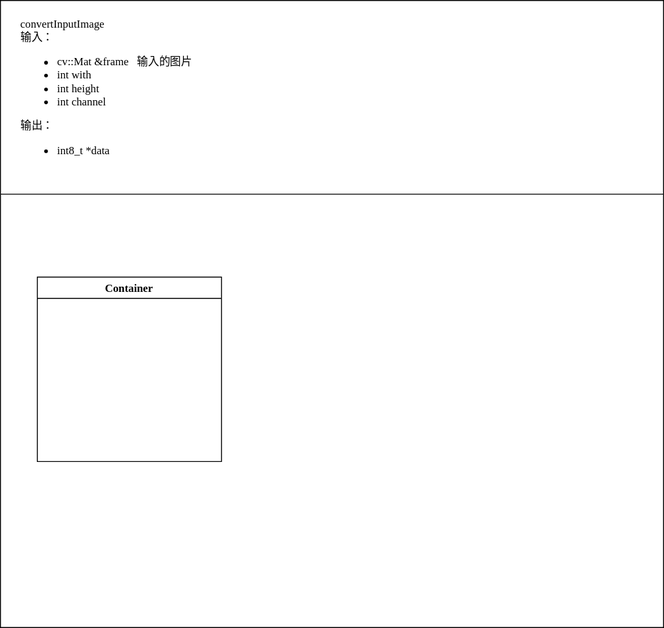
The draw.io diagram convertInputImage.svg in jerly-hjzhou/flowchart, before a commit. Source tidied: cells renumbered, new cells last; positions are measured from the earlier drawing's top-left corner, leaving out a move shared by most shapes.
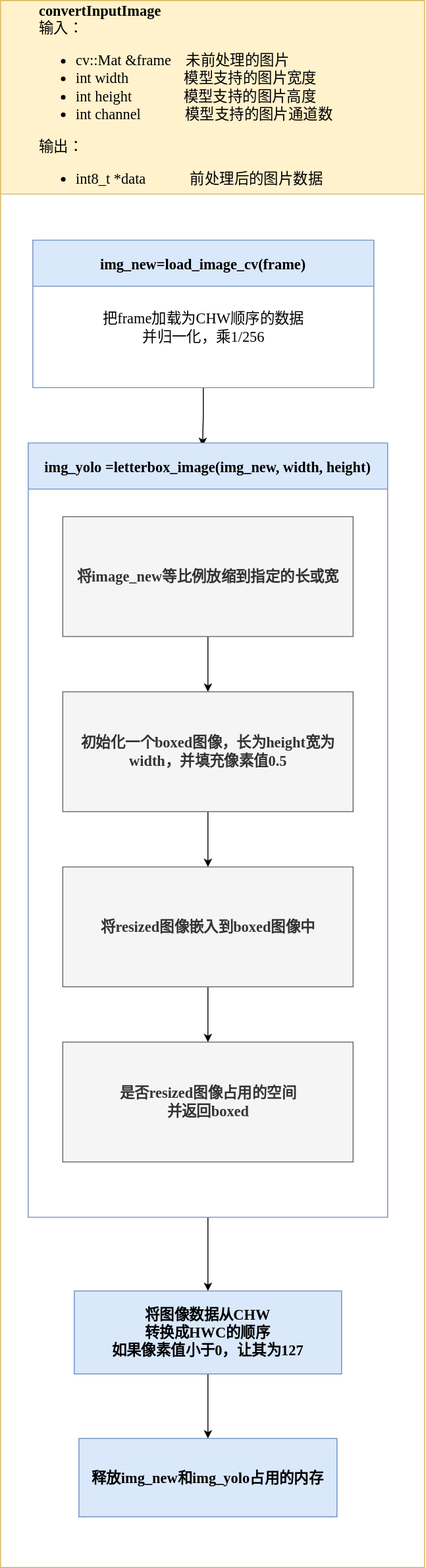
Above is the later version.

What changed in the source:
```diff
@@ -2,14 +2,56 @@
   <root>
     <mxCell id="0" />
     <mxCell id="1" parent="0" />
-    <mxCell id="2" style="swimlane;startSize=210;fontFamily=Times New Roman;align=left;verticalAlign=top;" parent="1" vertex="1">
-      <mxGeometry width="720" height="680" as="geometry" />
+    <mxCell id="2" style="swimlane;startSize=210;fontFamily=Times New Roman;align=left;verticalAlign=top;labelBackgroundColor=#66FF66;fillColor=#fff2cc;strokeColor=#d6b656;" parent="1" vertex="1">
+      <mxGeometry width="460" height="1700" as="geometry" />
     </mxCell>
+    <mxCell id="5" style="edgeStyle=orthogonalEdgeStyle;rounded=0;jettySize=auto;html=1;entryX=0.485;entryY=0.004;entryDx=0;entryDy=0;entryPerimeter=0;" parent="2" edge="1" source="3" target="8">
+      <mxGeometry relative="1" as="geometry" />
+    </mxCell>
-    <mxCell id="3" value="Container" style="swimlane;fontFamily=Times New Roman;" parent="2" vertex="1">
-      <mxGeometry x="40" y="300" width="200" height="200" as="geometry" />
+    <mxCell id="3" value="img_new=load_image_cv(frame)" style="swimlane;fontFamily=Times New Roman;fontSize=16;startSize=50;fillColor=#dae8fc;strokeColor=#6c8ebf;" parent="2" vertex="1">
+      <mxGeometry x="35" y="260" width="370" height="160" as="geometry" />
     </mxCell>
+    <mxCell id="6" value="&lt;font face=&quot;Times New Roman&quot; style=&quot;font-size: 16px;&quot;&gt;把frame加载为CHW顺序的数据&lt;br&gt;并归一化，乘1/256&lt;/font&gt;" style="text;html=1;align=center;verticalAlign=middle;strokeColor=none;fillColor=none;" parent="3" vertex="1">
+      <mxGeometry x="65" y="70" width="240" height="50" as="geometry" />
+    </mxCell>
-    <mxCell id="4" value="&lt;div style=&quot;&quot;&gt;&lt;font face=&quot;Times New Roman&quot;&gt;convertInputImage&lt;/font&gt;&lt;/div&gt;&lt;div style=&quot;&quot;&gt;&lt;font face=&quot;Times New Roman&quot;&gt;输入：&lt;/font&gt;&lt;/div&gt;&lt;div style=&quot;&quot;&gt;&lt;ul&gt;&lt;li&gt;&lt;font face=&quot;Times New Roman&quot;&gt;cv::Mat &amp;amp;frame&amp;nbsp; &amp;nbsp;输入的图片&lt;/font&gt;&lt;/li&gt;&lt;li&gt;&lt;font face=&quot;Times New Roman&quot;&gt;int with&lt;/font&gt;&lt;/li&gt;&lt;li&gt;&lt;font face=&quot;Times New Roman&quot;&gt;int height&lt;/font&gt;&lt;/li&gt;&lt;li&gt;&lt;font face=&quot;Times New Roman&quot;&gt;int channel&lt;/font&gt;&lt;/li&gt;&lt;/ul&gt;&lt;div&gt;&lt;font face=&quot;Times New Roman&quot;&gt;输出：&lt;/font&gt;&lt;/div&gt;&lt;div&gt;&lt;ul&gt;&lt;li&gt;&lt;font face=&quot;Times New Roman&quot;&gt;int8_t *data&lt;/font&gt;&lt;/li&gt;&lt;/ul&gt;&lt;/div&gt;&lt;/div&gt;" style="text;html=1;strokeColor=none;fillColor=none;align=left;verticalAlign=middle;whiteSpace=wrap;rounded=0;" parent="2" vertex="1">
-      <mxGeometry x="20" y="10" width="620" height="180" as="geometry" />
+    <mxCell id="4" value="&lt;div style=&quot;font-size: 16px;&quot;&gt;&lt;font style=&quot;font-size: 16px;&quot; face=&quot;Times New Roman&quot;&gt;&lt;b&gt;convertInputImage&lt;/b&gt;&lt;/font&gt;&lt;/div&gt;&lt;div style=&quot;font-size: 16px;&quot;&gt;&lt;font style=&quot;font-size: 16px;&quot; face=&quot;Times New Roman&quot;&gt;输入：&lt;/font&gt;&lt;/div&gt;&lt;div style=&quot;font-size: 16px;&quot;&gt;&lt;ul style=&quot;&quot;&gt;&lt;li&gt;&lt;font style=&quot;font-size: 16px;&quot; face=&quot;Times New Roman&quot;&gt;cv::Mat &amp;amp;frame&amp;nbsp; &amp;nbsp; 未前处理的图片&lt;/font&gt;&lt;/li&gt;&lt;li&gt;&lt;font style=&quot;font-size: 16px;&quot; face=&quot;Times New Roman&quot;&gt;int width&amp;nbsp; &amp;nbsp; &amp;nbsp; &amp;nbsp; &amp;nbsp; &amp;nbsp; &amp;nbsp; &amp;nbsp;模型支持的图片宽度&lt;/font&gt;&lt;/li&gt;&lt;li&gt;&lt;font style=&quot;font-size: 16px;&quot; face=&quot;Times New Roman&quot;&gt;int height&amp;nbsp; &amp;nbsp; &amp;nbsp; &amp;nbsp; &amp;nbsp; &amp;nbsp; &amp;nbsp;&amp;nbsp;&lt;/font&gt;模型支持的图片高度&lt;/li&gt;&lt;li&gt;&lt;font style=&quot;font-size: 16px;&quot; face=&quot;Times New Roman&quot;&gt;int channel&amp;nbsp; &amp;nbsp; &amp;nbsp; &amp;nbsp; &amp;nbsp; &amp;nbsp; &lt;/font&gt;模型支持的图片通道数&lt;/li&gt;&lt;/ul&gt;&lt;div style=&quot;&quot;&gt;&lt;font style=&quot;font-size: 16px;&quot; face=&quot;Times New Roman&quot;&gt;输出：&lt;/font&gt;&lt;/div&gt;&lt;div style=&quot;&quot;&gt;&lt;ul style=&quot;&quot;&gt;&lt;li style=&quot;&quot;&gt;&lt;font style=&quot;font-size: 16px;&quot; face=&quot;Times New Roman&quot;&gt;int8_t *data&amp;nbsp; &amp;nbsp; &amp;nbsp; &amp;nbsp; &amp;nbsp; &amp;nbsp; 前处理后的图片数据&lt;/font&gt;&lt;/li&gt;&lt;/ul&gt;&lt;/div&gt;&lt;/div&gt;" style="text;html=1;strokeColor=none;fillColor=none;align=left;verticalAlign=middle;whiteSpace=wrap;rounded=0;" parent="2" vertex="1">
+      <mxGeometry x="40" y="20" width="360" height="180" as="geometry" />
     </mxCell>
+    <mxCell id="7" style="edgeStyle=orthogonalEdgeStyle;rounded=0;jettySize=auto;html=1;" parent="2" edge="1" source="8" target="17">
+      <mxGeometry relative="1" as="geometry" />
+    </mxCell>
+    <mxCell id="8" value="img_yolo =letterbox_image(img_new, width, height)" style="swimlane;fontFamily=Times New Roman;fontSize=16;startSize=50;fillColor=#dae8fc;strokeColor=#6c8ebf;" parent="2" vertex="1">
+      <mxGeometry x="30" y="480" width="390" height="840" as="geometry" />
+    </mxCell>
+    <mxCell id="9" style="edgeStyle=orthogonalEdgeStyle;rounded=0;jettySize=auto;html=1;" parent="8" edge="1" source="10" target="12">
+      <mxGeometry relative="1" as="geometry" />
+    </mxCell>
+    <mxCell id="10" value="将image_new等比例放缩到指定的长或宽" style="whiteSpace=wrap;html=1;fontSize=16;fontFamily=Times New Roman;fillColor=#f5f5f5;strokeColor=#666666;fontStyle=1;startSize=50;fontColor=#333333;" parent="8" vertex="1">
+      <mxGeometry x="37.5" y="80" width="315" height="130" as="geometry" />
+    </mxCell>
+    <mxCell id="11" style="edgeStyle=orthogonalEdgeStyle;rounded=0;jettySize=auto;html=1;" parent="8" edge="1" source="12" target="14">
+      <mxGeometry relative="1" as="geometry" />
+    </mxCell>
+    <mxCell id="12" value="初始化一个boxed图像，长为height宽为width，并填充像素值0.5" style="whiteSpace=wrap;html=1;fontSize=16;fontFamily=Times New Roman;fillColor=#f5f5f5;strokeColor=#666666;fontStyle=1;startSize=50;fontColor=#333333;" parent="8" vertex="1">
+      <mxGeometry x="37.5" y="270" width="315" height="130" as="geometry" />
+    </mxCell>
+    <mxCell id="13" style="edgeStyle=orthogonalEdgeStyle;rounded=0;jettySize=auto;html=1;" parent="8" edge="1" source="14" target="15">
+      <mxGeometry relative="1" as="geometry" />
+    </mxCell>
+    <mxCell id="14" value="将resized图像嵌入到boxed图像中" style="whiteSpace=wrap;html=1;fontSize=16;fontFamily=Times New Roman;fillColor=#f5f5f5;strokeColor=#666666;fontStyle=1;startSize=50;fontColor=#333333;" parent="8" vertex="1">
+      <mxGeometry x="37.5" y="460" width="315" height="130" as="geometry" />
+    </mxCell>
+    <mxCell id="15" value="是否resized图像占用的空间&lt;br&gt;并返回boxed" style="whiteSpace=wrap;html=1;fontSize=16;fontFamily=Times New Roman;fillColor=#f5f5f5;strokeColor=#666666;fontStyle=1;startSize=50;fontColor=#333333;" parent="8" vertex="1">
+      <mxGeometry x="37.5" y="650" width="315" height="130" as="geometry" />
+    </mxCell>
+    <mxCell id="16" style="edgeStyle=orthogonalEdgeStyle;rounded=0;jettySize=auto;html=1;" parent="2" edge="1" source="17" target="18">
+      <mxGeometry relative="1" as="geometry" />
+    </mxCell>
+    <mxCell id="17" value="将图像数据从CHW&lt;br&gt;转换成HWC的顺序&lt;br&gt;如果像素值小于0，让其为127" style="whiteSpace=wrap;html=1;fontSize=16;fontFamily=Times New Roman;fillColor=#dae8fc;strokeColor=#6c8ebf;fontStyle=1;startSize=50;" parent="2" vertex="1">
+      <mxGeometry x="80" y="1400" width="290" height="90" as="geometry" />
+    </mxCell>
+    <mxCell id="18" value="释放img_new和img_yolo占用的内存" style="whiteSpace=wrap;html=1;fontSize=16;fontFamily=Times New Roman;fillColor=#dae8fc;strokeColor=#6c8ebf;fontStyle=1;startSize=50;" parent="2" vertex="1">
+      <mxGeometry x="85" y="1560" width="280" height="85" as="geometry" />
+    </mxCell>
   </root>
 </mxGraphModel>
```
